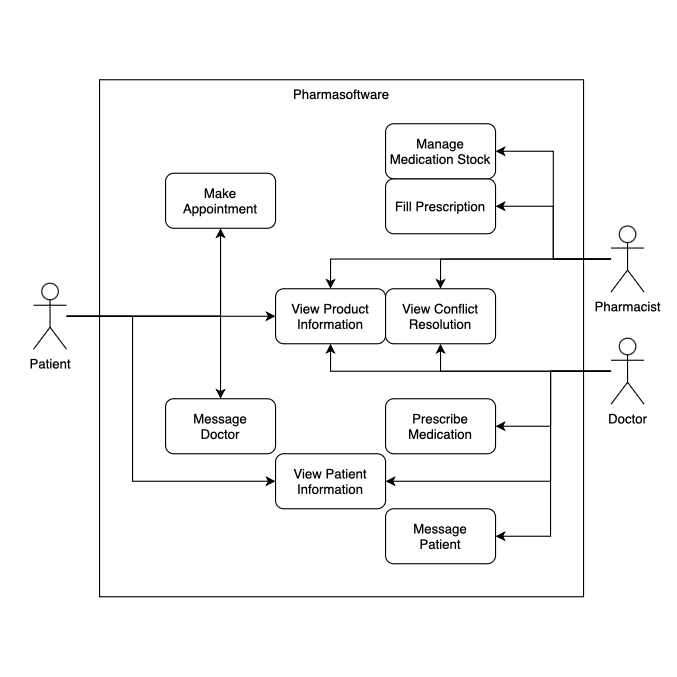
The draw.io diagram UseCaseDiagram.png in AndyS120/medcheck, before a commit. Source tidied: cells renumbered, new cells last; positions are measured from the earlier drawing's top-left corner, leaving out a move shared by most shapes.
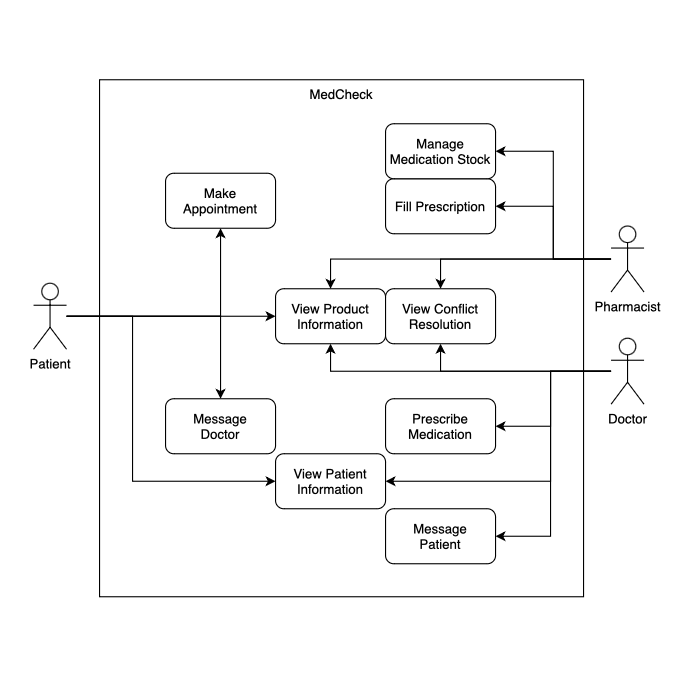
Above is the later version.

Commit message:
Update use-case diagram and added to gitignore

Change to the diagram source:
```diff
@@ -5,7 +5,7 @@
     <mxCell id="2" style="whiteSpace=wrap;html=1;rounded=0;strokeColor=none;fontFamily=Helvetica;fontSize=12;fontColor=default;fillColor=none;" parent="1" vertex="1">
       <mxGeometry width="615" height="615" as="geometry" />
     </mxCell>
-    <mxCell id="3" value="Pharmasoftware" style="rounded=0;whiteSpace=wrap;html=1;verticalAlign=top;" parent="1" vertex="1">
+    <mxCell id="3" value="MedCheck" style="rounded=0;whiteSpace=wrap;html=1;verticalAlign=top;" parent="1" vertex="1">
       <mxGeometry x="90" y="72" width="440" height="470" as="geometry" />
     </mxCell>
     <mxCell id="4" style="edgeStyle=orthogonalEdgeStyle;rounded=0;jettySize=auto;html=1;entryX=0;entryY=0.5;entryDx=0;entryDy=0;fontFamily=Helvetica;fontSize=12;fontColor=default;" parent="1" edge="1" source="8" target="11">
```
